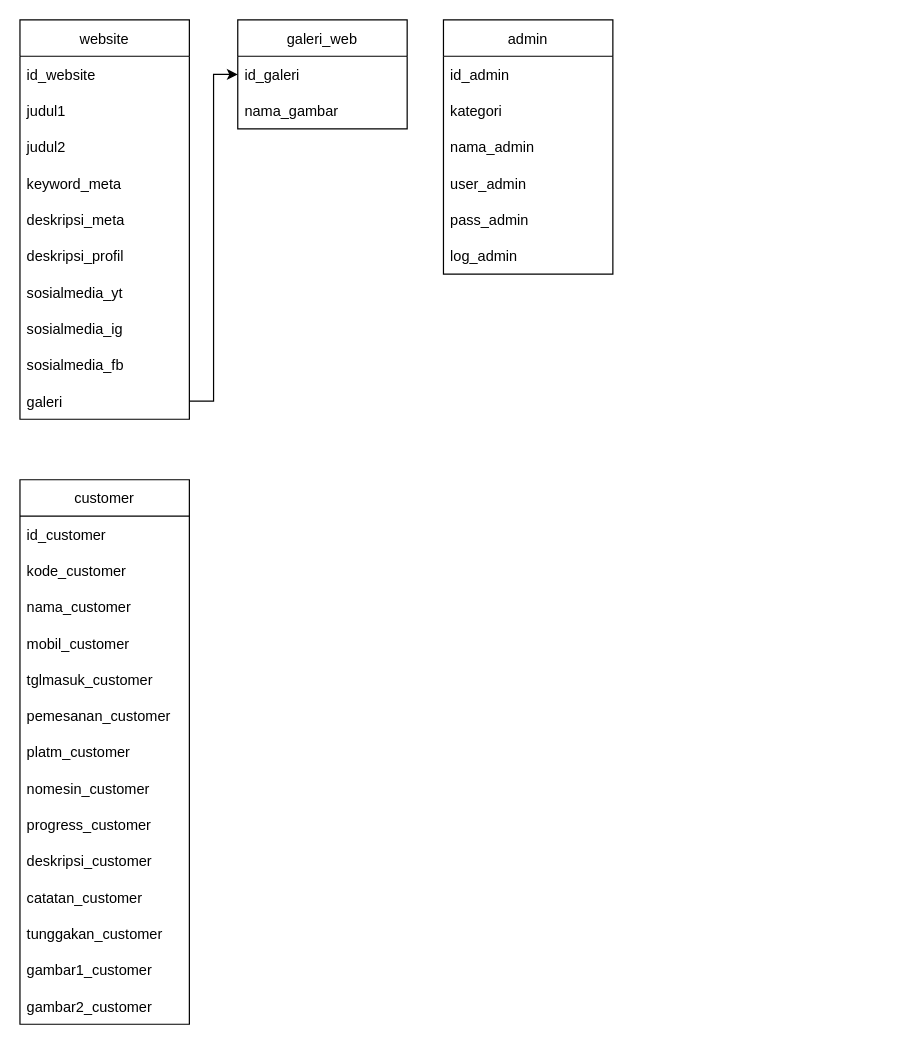
luthfiarian/Indonesia-Modifikasi-Classic keeps this draw.io diagram as Flowchart Database IMC.drawio. Above is the earlier version. Source tidied: cells renumbered, new cells numbered last; positions are measured from the earlier drawing's top-left corner, leaving out a move shared by most shapes. Both pictures are drawn from the tidied source at 121%, with x=0, y=0 at pixel (19, 19).
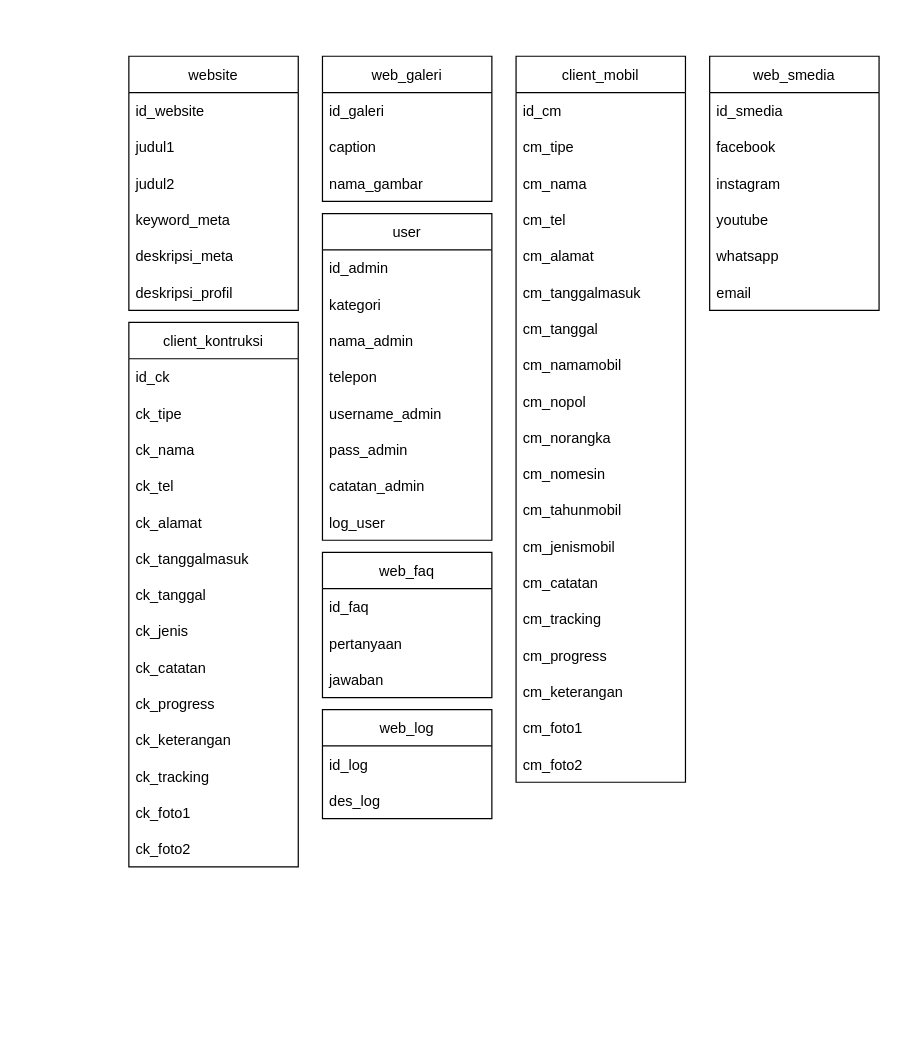
After the change.

Unchanged cells that the change refers to:
```xml
<mxCell id="21" value="id_galeri" style="text;strokeColor=none;fillColor=none;align=left;verticalAlign=middle;spacingLeft=4;spacingRight=4;overflow=hidden;points=[[0,0.5],[1,0.5]];portConstraint=eastwest;" parent="20" vertex="1">
  <mxGeometry y="30" width="140" height="30" as="geometry" />
</mxCell>
```

The edit, as a diff of the source:
```diff
@@
     <mxCell id="2" value="website" style="swimlane;fontStyle=0;horizontal=1;startSize=30;" parent="1" vertex="1">
-      <mxGeometry width="140" height="330" as="geometry" />
+      <mxGeometry x="90" y="30" width="140" height="210" as="geometry" />
     </mxCell>
@@
-    <mxCell id="9" value="sosialmedia_yt" style="text;strokeColor=none;fillColor=none;align=left;verticalAlign=middle;spacingLeft=4;spacingRight=4;overflow=hidden;" parent="2" vertex="1">
-      <mxGeometry y="210" width="140" height="30" as="geometry" />
-    </mxCell>
-    <mxCell id="10" value="sosialmedia_ig" style="text;strokeColor=none;fillColor=none;align=left;verticalAlign=middle;spacingLeft=4;spacingRight=4;overflow=hidden;" parent="2" vertex="1">
-      <mxGeometry y="240" width="140" height="30" as="geometry" />
-    </mxCell>
-    <mxCell id="11" value="sosialmedia_fb" style="text;strokeColor=none;fillColor=none;align=left;verticalAlign=middle;spacingLeft=4;spacingRight=4;overflow=hidden;" parent="2" vertex="1">
-      <mxGeometry y="270" width="140" height="30" as="geometry" />
-    </mxCell>
-    <mxCell id="12" value="galeri" style="text;strokeColor=none;fillColor=none;align=left;verticalAlign=middle;spacingLeft=4;spacingRight=4;overflow=hidden;points=[[0,0.5],[1,0.5]];portConstraint=eastwest;" parent="2" vertex="1">
-      <mxGeometry y="300" width="140" height="30" as="geometry" />
-    </mxCell>
-    <mxCell id="13" value="admin" style="swimlane;fontStyle=0;horizontal=1;startSize=30;" parent="1" vertex="1">
-      <mxGeometry x="350" width="140" height="210" as="geometry" />
-    </mxCell>
-    <mxCell id="14" value="id_admin" style="text;strokeColor=none;fillColor=none;align=left;verticalAlign=middle;spacingLeft=4;spacingRight=4;overflow=hidden;" parent="13" vertex="1">
-      <mxGeometry y="30" width="140" height="30" as="geometry" />
-    </mxCell>
-    <mxCell id="15" value="kategori" style="text;strokeColor=none;fillColor=none;align=left;verticalAlign=middle;spacingLeft=4;spacingRight=4;overflow=hidden;" parent="13" vertex="1">
-      <mxGeometry y="60" width="140" height="30" as="geometry" />
-    </mxCell>
-    <mxCell id="16" value="nama_admin" style="text;strokeColor=none;fillColor=none;align=left;verticalAlign=middle;spacingLeft=4;spacingRight=4;overflow=hidden;" parent="13" vertex="1">
-      <mxGeometry y="90" width="140" height="30" as="geometry" />
-    </mxCell>
-    <mxCell id="17" value="user_admin" style="text;strokeColor=none;fillColor=none;align=left;verticalAlign=middle;spacingLeft=4;spacingRight=4;overflow=hidden;" parent="13" vertex="1">
-      <mxGeometry y="120" width="140" height="30" as="geometry" />
-    </mxCell>
-    <mxCell id="18" value="pass_admin" style="text;strokeColor=none;fillColor=none;align=left;verticalAlign=middle;spacingLeft=4;spacingRight=4;overflow=hidden;" parent="13" vertex="1">
-      <mxGeometry y="150" width="140" height="30" as="geometry" />
-    </mxCell>
-    <mxCell id="19" value="log_admin" style="text;strokeColor=none;fillColor=none;align=left;verticalAlign=middle;spacingLeft=4;spacingRight=4;overflow=hidden;" parent="13" vertex="1">
-      <mxGeometry y="180" width="140" height="30" as="geometry" />
-    </mxCell>
-    <mxCell id="20" value="galeri_web" style="swimlane;fontStyle=0;horizontal=1;startSize=30;" parent="1" vertex="1">
-      <mxGeometry x="180" width="140" height="90" as="geometry" />
+    <mxCell id="20" value="web_galeri" style="swimlane;fontStyle=0;horizontal=1;startSize=30;" parent="1" vertex="1">
+      <mxGeometry x="250" y="30" width="140" height="120" as="geometry" />
     </mxCell>
@@
-    <mxCell id="22" value="nama_gambar" style="text;strokeColor=none;fillColor=none;align=left;verticalAlign=middle;spacingLeft=4;spacingRight=4;overflow=hidden;" parent="20" vertex="1">
+    <mxCell id="22" value="caption" style="text;strokeColor=none;fillColor=none;align=left;verticalAlign=middle;spacingLeft=4;spacingRight=4;overflow=hidden;" parent="20" vertex="1">
       <mxGeometry y="60" width="140" height="30" as="geometry" />
     </mxCell>
-    <mxCell id="23" style="edgeStyle=orthogonalEdgeStyle;rounded=0;jettySize=auto;html=1;exitX=1;exitY=0.5;exitDx=0;exitDy=0;entryX=0;entryY=0.5;entryDx=0;entryDy=0;" parent="1" edge="1" source="12" target="21">
-      <mxGeometry relative="1" as="geometry" />
-    </mxCell>
+    <mxCell id="39" value="nama_gambar" style="text;strokeColor=none;fillColor=none;align=left;verticalAlign=middle;spacingLeft=4;spacingRight=4;overflow=hidden;" parent="20" vertex="1">
+      <mxGeometry y="90" width="140" height="30" as="geometry" />
+    </mxCell>
-    <mxCell id="24" value="customer" style="swimlane;fontStyle=0;horizontal=1;startSize=30;" parent="1" vertex="1">
-      <mxGeometry y="380" width="140" height="450" as="geometry" />
+    <mxCell id="24" value="client_mobil" style="swimlane;fontStyle=0;horizontal=1;startSize=30;" parent="1" vertex="1">
+      <mxGeometry x="410" y="30" width="140" height="600" as="geometry" />
     </mxCell>
-    <mxCell id="25" value="id_customer" style="text;strokeColor=none;fillColor=none;align=left;verticalAlign=middle;spacingLeft=4;spacingRight=4;overflow=hidden;" parent="24" vertex="1">
+    <mxCell id="25" value="id_cm" style="text;strokeColor=none;fillColor=none;align=left;verticalAlign=middle;spacingLeft=4;spacingRight=4;overflow=hidden;" parent="24" vertex="1">
       <mxGeometry y="30" width="140" height="30" as="geometry" />
     </mxCell>
-    <mxCell id="26" value="kode_customer" style="text;strokeColor=none;fillColor=none;align=left;verticalAlign=middle;spacingLeft=4;spacingRight=4;overflow=hidden;" parent="24" vertex="1">
+    <mxCell id="26" value="cm_tipe" style="text;strokeColor=none;fillColor=none;align=left;verticalAlign=middle;spacingLeft=4;spacingRight=4;overflow=hidden;" parent="24" vertex="1">
       <mxGeometry y="60" width="140" height="30" as="geometry" />
     </mxCell>
-    <mxCell id="27" value="nama_customer" style="text;strokeColor=none;fillColor=none;align=left;verticalAlign=middle;spacingLeft=4;spacingRight=4;overflow=hidden;" parent="24" vertex="1">
+    <mxCell id="27" value="cm_nama" style="text;strokeColor=none;fillColor=none;align=left;verticalAlign=middle;spacingLeft=4;spacingRight=4;overflow=hidden;" parent="24" vertex="1">
       <mxGeometry y="90" width="140" height="30" as="geometry" />
     </mxCell>
-    <mxCell id="28" value="mobil_customer" style="text;strokeColor=none;fillColor=none;align=left;verticalAlign=middle;spacingLeft=4;spacingRight=4;overflow=hidden;" parent="24" vertex="1">
+    <mxCell id="28" value="cm_tel" style="text;strokeColor=none;fillColor=none;align=left;verticalAlign=middle;spacingLeft=4;spacingRight=4;overflow=hidden;" parent="24" vertex="1">
       <mxGeometry y="120" width="140" height="30" as="geometry" />
     </mxCell>
-    <mxCell id="29" value="tglmasuk_customer" style="text;strokeColor=none;fillColor=none;align=left;verticalAlign=middle;spacingLeft=4;spacingRight=4;overflow=hidden;" parent="24" vertex="1">
+    <mxCell id="29" value="cm_alamat" style="text;strokeColor=none;fillColor=none;align=left;verticalAlign=middle;spacingLeft=4;spacingRight=4;overflow=hidden;" parent="24" vertex="1">
       <mxGeometry y="150" width="140" height="30" as="geometry" />
     </mxCell>
-    <mxCell id="30" value="pemesanan_customer" style="text;strokeColor=none;fillColor=none;align=left;verticalAlign=middle;spacingLeft=4;spacingRight=4;overflow=hidden;" parent="24" vertex="1">
+    <mxCell id="30" value="cm_tanggalmasuk" style="text;strokeColor=none;fillColor=none;align=left;verticalAlign=middle;spacingLeft=4;spacingRight=4;overflow=hidden;" parent="24" vertex="1">
       <mxGeometry y="180" width="140" height="30" as="geometry" />
     </mxCell>
-    <mxCell id="31" value="platm_customer" style="text;strokeColor=none;fillColor=none;align=left;verticalAlign=middle;spacingLeft=4;spacingRight=4;overflow=hidden;" parent="24" vertex="1">
+    <mxCell id="31" value="cm_tanggal" style="text;strokeColor=none;fillColor=none;align=left;verticalAlign=middle;spacingLeft=4;spacingRight=4;overflow=hidden;" parent="24" vertex="1">
       <mxGeometry y="210" width="140" height="30" as="geometry" />
     </mxCell>
-    <mxCell id="32" value="nomesin_customer" style="text;strokeColor=none;fillColor=none;align=left;verticalAlign=middle;spacingLeft=4;spacingRight=4;overflow=hidden;" parent="24" vertex="1">
+    <mxCell id="32" value="cm_namamobil" style="text;strokeColor=none;fillColor=none;align=left;verticalAlign=middle;spacingLeft=4;spacingRight=4;overflow=hidden;" parent="24" vertex="1">
       <mxGeometry y="240" width="140" height="30" as="geometry" />
     </mxCell>
-    <mxCell id="33" value="progress_customer" style="text;strokeColor=none;fillColor=none;align=left;verticalAlign=middle;spacingLeft=4;spacingRight=4;overflow=hidden;" parent="24" vertex="1">
+    <mxCell id="33" value="cm_nopol" style="text;strokeColor=none;fillColor=none;align=left;verticalAlign=middle;spacingLeft=4;spacingRight=4;overflow=hidden;" parent="24" vertex="1">
       <mxGeometry y="270" width="140" height="30" as="geometry" />
     </mxCell>
-    <mxCell id="34" value="deskripsi_customer" style="text;strokeColor=none;fillColor=none;align=left;verticalAlign=middle;spacingLeft=4;spacingRight=4;overflow=hidden;" parent="24" vertex="1">
+    <mxCell id="34" value="cm_norangka" style="text;strokeColor=none;fillColor=none;align=left;verticalAlign=middle;spacingLeft=4;spacingRight=4;overflow=hidden;" parent="24" vertex="1">
       <mxGeometry y="300" width="140" height="30" as="geometry" />
     </mxCell>
-    <mxCell id="35" value="catatan_customer" style="text;strokeColor=none;fillColor=none;align=left;verticalAlign=middle;spacingLeft=4;spacingRight=4;overflow=hidden;" parent="24" vertex="1">
+    <mxCell id="35" value="cm_nomesin" style="text;strokeColor=none;fillColor=none;align=left;verticalAlign=middle;spacingLeft=4;spacingRight=4;overflow=hidden;" parent="24" vertex="1">
       <mxGeometry y="330" width="140" height="30" as="geometry" />
     </mxCell>
-    <mxCell id="36" value="tunggakan_customer" style="text;strokeColor=none;fillColor=none;align=left;verticalAlign=middle;spacingLeft=4;spacingRight=4;overflow=hidden;" parent="24" vertex="1">
+    <mxCell id="36" value="cm_tahunmobil" style="text;strokeColor=none;fillColor=none;align=left;verticalAlign=middle;spacingLeft=4;spacingRight=4;overflow=hidden;" parent="24" vertex="1">
       <mxGeometry y="360" width="140" height="30" as="geometry" />
     </mxCell>
-    <mxCell id="37" value="gambar1_customer" style="text;strokeColor=none;fillColor=none;align=left;verticalAlign=middle;spacingLeft=4;spacingRight=4;overflow=hidden;" parent="24" vertex="1">
+    <mxCell id="37" value="cm_jenismobil" style="text;strokeColor=none;fillColor=none;align=left;verticalAlign=middle;spacingLeft=4;spacingRight=4;overflow=hidden;" parent="24" vertex="1">
       <mxGeometry y="390" width="140" height="30" as="geometry" />
     </mxCell>
-    <mxCell id="38" value="gambar2_customer" style="text;strokeColor=none;fillColor=none;align=left;verticalAlign=middle;spacingLeft=4;spacingRight=4;overflow=hidden;" parent="24" vertex="1">
+    <mxCell id="38" value="cm_catatan" style="text;strokeColor=none;fillColor=none;align=left;verticalAlign=middle;spacingLeft=4;spacingRight=4;overflow=hidden;" parent="24" vertex="1">
       <mxGeometry y="420" width="140" height="30" as="geometry" />
     </mxCell>
+    <mxCell id="40" value="cm_tracking" style="text;strokeColor=none;fillColor=none;align=left;verticalAlign=middle;spacingLeft=4;spacingRight=4;overflow=hidden;" parent="24" vertex="1">
+      <mxGeometry y="450" width="140" height="30" as="geometry" />
+    </mxCell>
+    <mxCell id="41" value="cm_progress" style="text;strokeColor=none;fillColor=none;align=left;verticalAlign=middle;spacingLeft=4;spacingRight=4;overflow=hidden;" parent="24" vertex="1">
+      <mxGeometry y="480" width="140" height="30" as="geometry" />
+    </mxCell>
+    <mxCell id="42" value="cm_keterangan" style="text;strokeColor=none;fillColor=none;align=left;verticalAlign=middle;spacingLeft=4;spacingRight=4;overflow=hidden;" parent="24" vertex="1">
+      <mxGeometry y="510" width="140" height="30" as="geometry" />
+    </mxCell>
+    <mxCell id="43" value="cm_foto1" style="text;strokeColor=none;fillColor=none;align=left;verticalAlign=middle;spacingLeft=4;spacingRight=4;overflow=hidden;" parent="24" vertex="1">
+      <mxGeometry y="540" width="140" height="30" as="geometry" />
+    </mxCell>
+    <mxCell id="44" value="cm_foto2" style="text;strokeColor=none;fillColor=none;align=left;verticalAlign=middle;spacingLeft=4;spacingRight=4;overflow=hidden;" parent="24" vertex="1">
+      <mxGeometry y="570" width="140" height="30" as="geometry" />
+    </mxCell>
+    <mxCell id="45" value="user" style="swimlane;fontStyle=0;horizontal=1;startSize=30;" parent="1" vertex="1">
+      <mxGeometry x="250" y="160" width="140" height="270" as="geometry" />
+    </mxCell>
+    <mxCell id="14" value="id_admin" style="text;strokeColor=none;fillColor=none;align=left;verticalAlign=middle;spacingLeft=4;spacingRight=4;overflow=hidden;" parent="45" vertex="1">
+      <mxGeometry y="30" width="140" height="30" as="geometry" />
+    </mxCell>
+    <mxCell id="15" value="kategori" style="text;strokeColor=none;fillColor=none;align=left;verticalAlign=middle;spacingLeft=4;spacingRight=4;overflow=hidden;" parent="45" vertex="1">
+      <mxGeometry y="60" width="140" height="30" as="geometry" />
+    </mxCell>
+    <mxCell id="16" value="nama_admin" style="text;strokeColor=none;fillColor=none;align=left;verticalAlign=middle;spacingLeft=4;spacingRight=4;overflow=hidden;" parent="45" vertex="1">
+      <mxGeometry y="90" width="140" height="30" as="geometry" />
+    </mxCell>
+    <mxCell id="46" value="telepon" style="text;strokeColor=none;fillColor=none;align=left;verticalAlign=middle;spacingLeft=4;spacingRight=4;overflow=hidden;" parent="45" vertex="1">
+      <mxGeometry y="120" width="140" height="30" as="geometry" />
+    </mxCell>
+    <mxCell id="47" value="username_admin" style="text;strokeColor=none;fillColor=none;align=left;verticalAlign=middle;spacingLeft=4;spacingRight=4;overflow=hidden;" parent="45" vertex="1">
+      <mxGeometry y="150" width="140" height="30" as="geometry" />
+    </mxCell>
+    <mxCell id="18" value="pass_admin" style="text;strokeColor=none;fillColor=none;align=left;verticalAlign=middle;spacingLeft=4;spacingRight=4;overflow=hidden;" parent="45" vertex="1">
+      <mxGeometry y="180" width="140" height="30" as="geometry" />
+    </mxCell>
+    <mxCell id="48" value="catatan_admin" style="text;strokeColor=none;fillColor=none;align=left;verticalAlign=middle;spacingLeft=4;spacingRight=4;overflow=hidden;" parent="45" vertex="1">
+      <mxGeometry y="210" width="140" height="30" as="geometry" />
+    </mxCell>
+    <mxCell id="49" value="log_user" style="text;strokeColor=none;fillColor=none;align=left;verticalAlign=middle;spacingLeft=4;spacingRight=4;overflow=hidden;" parent="45" vertex="1">
+      <mxGeometry y="240" width="140" height="30" as="geometry" />
+    </mxCell>
+    <mxCell id="50" value="client_kontruksi" style="swimlane;fontStyle=0;horizontal=1;startSize=30;" parent="1" vertex="1">
+      <mxGeometry x="90" y="250" width="140" height="450" as="geometry" />
+    </mxCell>
+    <mxCell id="51" value="id_ck" style="text;strokeColor=none;fillColor=none;align=left;verticalAlign=middle;spacingLeft=4;spacingRight=4;overflow=hidden;" parent="50" vertex="1">
+      <mxGeometry y="30" width="140" height="30" as="geometry" />
+    </mxCell>
+    <mxCell id="52" value="ck_tipe" style="text;strokeColor=none;fillColor=none;align=left;verticalAlign=middle;spacingLeft=4;spacingRight=4;overflow=hidden;" parent="50" vertex="1">
+      <mxGeometry y="60" width="140" height="30" as="geometry" />
+    </mxCell>
+    <mxCell id="53" value="ck_nama" style="text;strokeColor=none;fillColor=none;align=left;verticalAlign=middle;spacingLeft=4;spacingRight=4;overflow=hidden;" parent="50" vertex="1">
+      <mxGeometry y="90" width="140" height="30" as="geometry" />
+    </mxCell>
+    <mxCell id="54" value="ck_tel" style="text;strokeColor=none;fillColor=none;align=left;verticalAlign=middle;spacingLeft=4;spacingRight=4;overflow=hidden;" parent="50" vertex="1">
+      <mxGeometry y="120" width="140" height="30" as="geometry" />
+    </mxCell>
+    <mxCell id="55" value="ck_alamat" style="text;strokeColor=none;fillColor=none;align=left;verticalAlign=middle;spacingLeft=4;spacingRight=4;overflow=hidden;" parent="50" vertex="1">
+      <mxGeometry y="150" width="140" height="30" as="geometry" />
+    </mxCell>
+    <mxCell id="56" value="ck_tanggalmasuk" style="text;strokeColor=none;fillColor=none;align=left;verticalAlign=middle;spacingLeft=4;spacingRight=4;overflow=hidden;" parent="50" vertex="1">
+      <mxGeometry y="180" width="140" height="30" as="geometry" />
+    </mxCell>
+    <mxCell id="57" value="ck_tanggal" style="text;strokeColor=none;fillColor=none;align=left;verticalAlign=middle;spacingLeft=4;spacingRight=4;overflow=hidden;" parent="50" vertex="1">
+      <mxGeometry y="210" width="140" height="30" as="geometry" />
+    </mxCell>
+    <mxCell id="58" value="ck_jenis" style="text;strokeColor=none;fillColor=none;align=left;verticalAlign=middle;spacingLeft=4;spacingRight=4;overflow=hidden;" parent="50" vertex="1">
+      <mxGeometry y="240" width="140" height="30" as="geometry" />
+    </mxCell>
+    <mxCell id="59" value="ck_catatan" style="text;strokeColor=none;fillColor=none;align=left;verticalAlign=middle;spacingLeft=4;spacingRight=4;overflow=hidden;" parent="50" vertex="1">
+      <mxGeometry y="270" width="140" height="30" as="geometry" />
+    </mxCell>
+    <mxCell id="60" value="ck_progress" style="text;strokeColor=none;fillColor=none;align=left;verticalAlign=middle;spacingLeft=4;spacingRight=4;overflow=hidden;" parent="50" vertex="1">
+      <mxGeometry y="300" width="140" height="30" as="geometry" />
+    </mxCell>
+    <mxCell id="61" value="ck_keterangan" style="text;strokeColor=none;fillColor=none;align=left;verticalAlign=middle;spacingLeft=4;spacingRight=4;overflow=hidden;" parent="50" vertex="1">
+      <mxGeometry y="330" width="140" height="30" as="geometry" />
+    </mxCell>
+    <mxCell id="62" value="ck_tracking" style="text;strokeColor=none;fillColor=none;align=left;verticalAlign=middle;spacingLeft=4;spacingRight=4;overflow=hidden;" parent="50" vertex="1">
+      <mxGeometry y="360" width="140" height="30" as="geometry" />
+    </mxCell>
+    <mxCell id="63" value="ck_foto1" style="text;strokeColor=none;fillColor=none;align=left;verticalAlign=middle;spacingLeft=4;spacingRight=4;overflow=hidden;" parent="50" vertex="1">
+      <mxGeometry y="390" width="140" height="30" as="geometry" />
+    </mxCell>
+    <mxCell id="64" value="ck_foto2" style="text;strokeColor=none;fillColor=none;align=left;verticalAlign=middle;spacingLeft=4;spacingRight=4;overflow=hidden;" parent="50" vertex="1">
+      <mxGeometry y="420" width="140" height="30" as="geometry" />
+    </mxCell>
+    <mxCell id="65" value="web_faq" style="swimlane;fontStyle=0;horizontal=1;startSize=30;" parent="1" vertex="1">
+      <mxGeometry x="250" y="440" width="140" height="120" as="geometry" />
+    </mxCell>
+    <mxCell id="66" value="id_faq" style="text;strokeColor=none;fillColor=none;align=left;verticalAlign=middle;spacingLeft=4;spacingRight=4;overflow=hidden;" parent="65" vertex="1">
+      <mxGeometry y="30" width="140" height="30" as="geometry" />
+    </mxCell>
+    <mxCell id="67" value="pertanyaan" style="text;strokeColor=none;fillColor=none;align=left;verticalAlign=middle;spacingLeft=4;spacingRight=4;overflow=hidden;" parent="65" vertex="1">
+      <mxGeometry y="60" width="140" height="30" as="geometry" />
+    </mxCell>
+    <mxCell id="68" value="jawaban" style="text;strokeColor=none;fillColor=none;align=left;verticalAlign=middle;spacingLeft=4;spacingRight=4;overflow=hidden;" parent="65" vertex="1">
+      <mxGeometry y="90" width="140" height="30" as="geometry" />
+    </mxCell>
+    <mxCell id="69" value="web_log" style="swimlane;fontStyle=0;horizontal=1;startSize=30;" parent="1" vertex="1">
+      <mxGeometry x="250" y="570" width="140" height="90" as="geometry" />
+    </mxCell>
+    <mxCell id="70" value="id_log" style="text;strokeColor=none;fillColor=none;align=left;verticalAlign=middle;spacingLeft=4;spacingRight=4;overflow=hidden;" parent="69" vertex="1">
+      <mxGeometry y="30" width="140" height="30" as="geometry" />
+    </mxCell>
+    <mxCell id="71" value="des_log" style="text;strokeColor=none;fillColor=none;align=left;verticalAlign=middle;spacingLeft=4;spacingRight=4;overflow=hidden;" parent="69" vertex="1">
+      <mxGeometry y="60" width="140" height="30" as="geometry" />
+    </mxCell>
+    <mxCell id="72" value="web_smedia" style="swimlane;fontStyle=0;horizontal=1;startSize=30;" parent="1" vertex="1">
+      <mxGeometry x="570" y="30" width="140" height="210" as="geometry" />
+    </mxCell>
+    <mxCell id="73" value="id_smedia" style="text;strokeColor=none;fillColor=none;align=left;verticalAlign=middle;spacingLeft=4;spacingRight=4;overflow=hidden;" parent="72" vertex="1">
+      <mxGeometry y="30" width="140" height="30" as="geometry" />
+    </mxCell>
+    <mxCell id="74" value="facebook" style="text;strokeColor=none;fillColor=none;align=left;verticalAlign=middle;spacingLeft=4;spacingRight=4;overflow=hidden;" parent="72" vertex="1">
+      <mxGeometry y="60" width="140" height="30" as="geometry" />
+    </mxCell>
+    <mxCell id="75" value="instagram" style="text;strokeColor=none;fillColor=none;align=left;verticalAlign=middle;spacingLeft=4;spacingRight=4;overflow=hidden;" parent="72" vertex="1">
+      <mxGeometry y="90" width="140" height="30" as="geometry" />
+    </mxCell>
+    <mxCell id="76" value="youtube" style="text;strokeColor=none;fillColor=none;align=left;verticalAlign=middle;spacingLeft=4;spacingRight=4;overflow=hidden;" parent="72" vertex="1">
+      <mxGeometry y="120" width="140" height="30" as="geometry" />
+    </mxCell>
+    <mxCell id="77" value="whatsapp" style="text;strokeColor=none;fillColor=none;align=left;verticalAlign=middle;spacingLeft=4;spacingRight=4;overflow=hidden;" parent="72" vertex="1">
+      <mxGeometry y="150" width="140" height="30" as="geometry" />
+    </mxCell>
+    <mxCell id="78" value="email" style="text;strokeColor=none;fillColor=none;align=left;verticalAlign=middle;spacingLeft=4;spacingRight=4;overflow=hidden;" parent="72" vertex="1">
+      <mxGeometry y="180" width="140" height="30" as="geometry" />
+    </mxCell>
```
